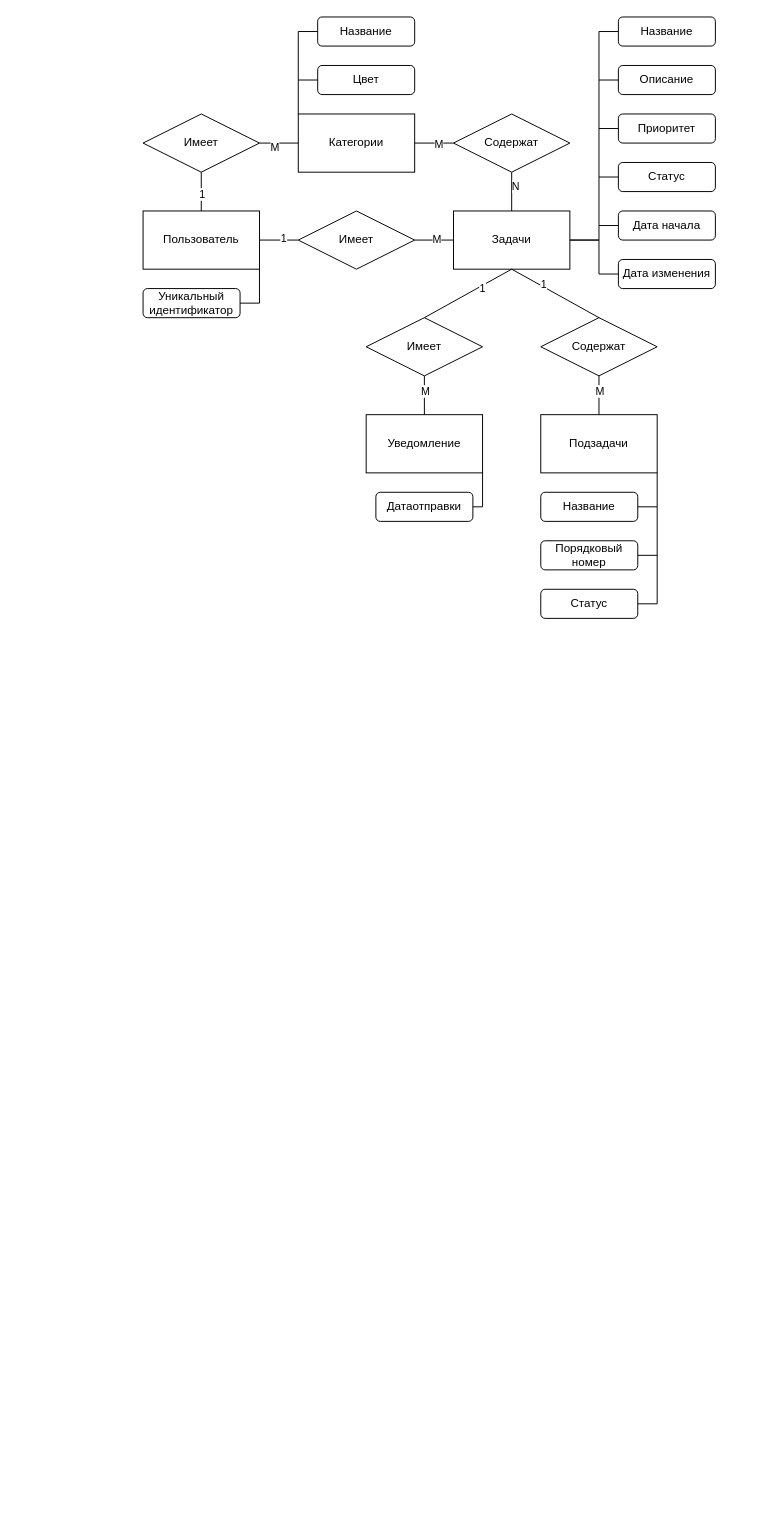
Before: db/db.drawio in BaronVice/schemas, a draw.io diagram. Source tidied: cells renumbered, new cells numbered last; positions are measured from the earlier drawing's top-left corner, leaving out a move shared by most shapes. Both pictures are drawn from the tidied source at 97%, with x=0, y=0 at pixel (143, 16).
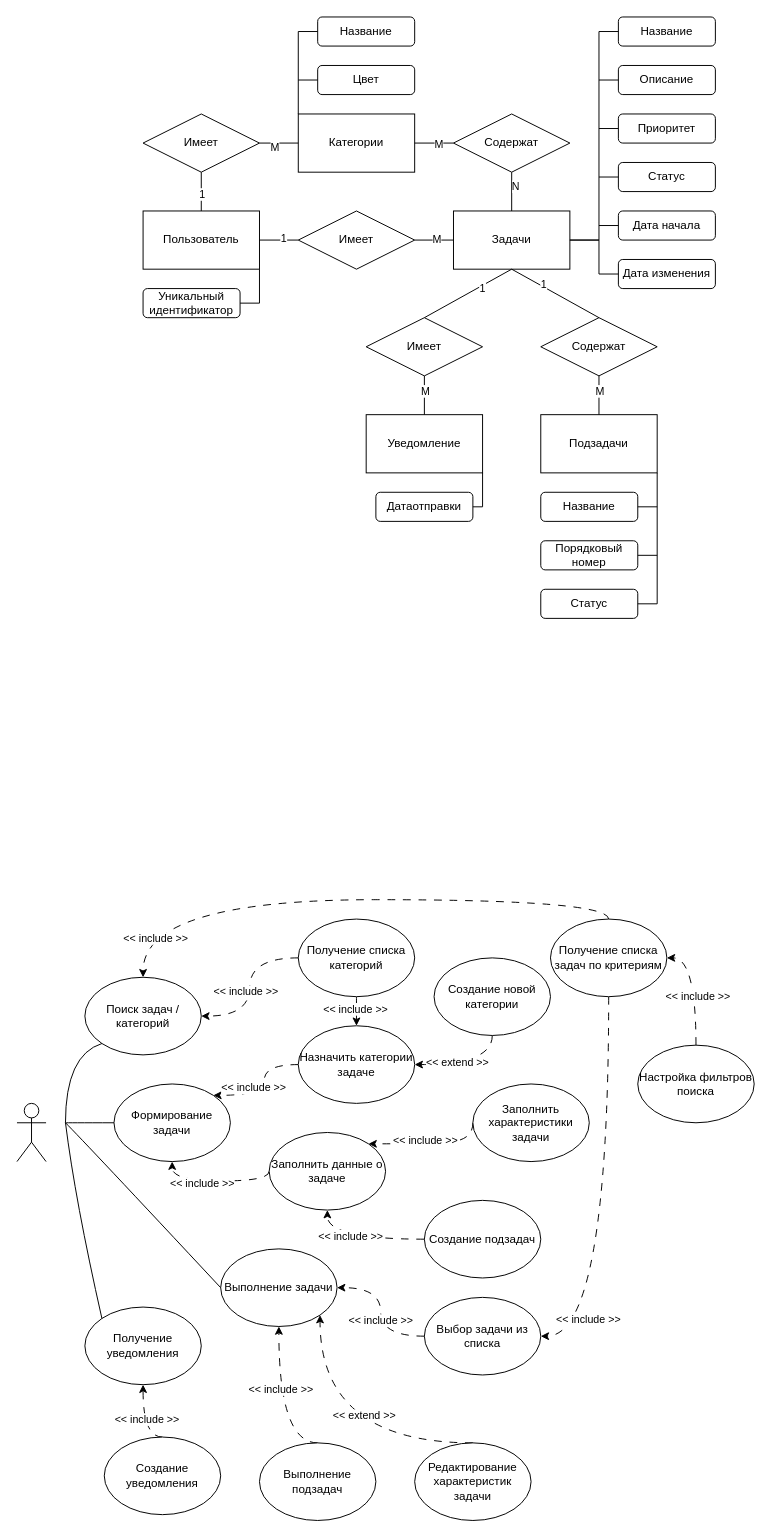
The same diagram, later.

The edit, as a diff of the source:
```diff
@@
+    <mxCell id="58" style="shape=umlActor;verticalLabelPosition=bottom;verticalAlign=top;html=1;" parent="1" vertex="1">
+      <mxGeometry x="-130" y="1120" width="30" height="60" as="geometry" />
+    </mxCell>
+    <mxCell id="59" value="Поиск задач / категорий" style="ellipse;whiteSpace=wrap;html=1;" parent="1" vertex="1">
+      <mxGeometry x="-60" y="990" width="120" height="80" as="geometry" />
+    </mxCell>
+    <mxCell id="60" value="Формирование задачи" style="ellipse;whiteSpace=wrap;html=1;" parent="1" vertex="1">
+      <mxGeometry x="-30" y="1100" width="120" height="80" as="geometry" />
+    </mxCell>
+    <mxCell id="61" value="Выполнение задачи" style="ellipse;whiteSpace=wrap;html=1;" parent="1" vertex="1">
+      <mxGeometry x="80" y="1270" width="120" height="80" as="geometry" />
+    </mxCell>
+    <mxCell id="62" value="Получение уведомления" style="ellipse;whiteSpace=wrap;html=1;" parent="1" vertex="1">
+      <mxGeometry x="-60" y="1330" width="120" height="80" as="geometry" />
+    </mxCell>
+    <mxCell id="63" style="edgeStyle=orthogonalEdgeStyle;rounded=0;jettySize=auto;html=1;exitX=0;exitY=0.5;exitDx=0;exitDy=0;entryX=1;entryY=0.5;entryDx=0;entryDy=0;curved=1;dashed=1;dashPattern=8 8;" parent="1" edge="1" source="67" target="59">
+      <mxGeometry relative="1" as="geometry" />
+    </mxCell>
+    <mxCell id="64" value="&amp;lt;&amp;lt; include &amp;gt;&amp;gt;" style="edgeLabel;html=1;align=center;verticalAlign=middle;" parent="63" vertex="1">
+      <mxGeometry x="0.05" y="-5" relative="1" as="geometry" />
+    </mxCell>
+    <mxCell id="65" style="edgeStyle=orthogonalEdgeStyle;rounded=0;jettySize=auto;html=1;exitX=0.5;exitY=1;exitDx=0;exitDy=0;entryX=0.5;entryY=0;entryDx=0;entryDy=0;curved=1;dashed=1;dashPattern=8 8;" parent="1" edge="1" source="67" target="81">
+      <mxGeometry relative="1" as="geometry" />
+    </mxCell>
+    <mxCell id="66" value="&amp;lt;&amp;lt; include &amp;gt;&amp;gt;" style="edgeLabel;html=1;align=center;verticalAlign=middle;" parent="65" vertex="1">
+      <mxGeometry x="-0.18" y="-2" relative="1" as="geometry" />
+    </mxCell>
+    <mxCell id="67" value="Получение списка категорий" style="ellipse;whiteSpace=wrap;html=1;" parent="1" vertex="1">
+      <mxGeometry x="160" y="930" width="120" height="80" as="geometry" />
+    </mxCell>
+    <mxCell id="68" style="edgeStyle=orthogonalEdgeStyle;rounded=0;jettySize=auto;html=1;exitX=0.5;exitY=0;exitDx=0;exitDy=0;entryX=1;entryY=0.5;entryDx=0;entryDy=0;curved=1;dashed=1;dashPattern=8 8;" parent="1" edge="1" source="70" target="75">
+      <mxGeometry relative="1" as="geometry" />
+    </mxCell>
+    <mxCell id="69" value="&amp;lt;&amp;lt; include &amp;gt;&amp;gt;" style="edgeLabel;html=1;align=center;verticalAlign=middle;" parent="68" vertex="1">
+      <mxGeometry x="-0.15" y="-1" relative="1" as="geometry" />
+    </mxCell>
+    <mxCell id="70" value="Настройка фильтров поиска" style="ellipse;whiteSpace=wrap;html=1;" parent="1" vertex="1">
+      <mxGeometry x="510" y="1060" width="120" height="80" as="geometry" />
+    </mxCell>
+    <mxCell id="71" style="edgeStyle=orthogonalEdgeStyle;rounded=0;jettySize=auto;html=1;exitX=0.5;exitY=0;exitDx=0;exitDy=0;entryX=0.5;entryY=0;entryDx=0;entryDy=0;curved=1;dashed=1;dashPattern=8 8;" parent="1" edge="1" source="75" target="59">
+      <mxGeometry relative="1" as="geometry">
+        <Array as="points">
+          <mxPoint x="480" y="910" />
+          <mxPoint y="910" />
+        </Array>
+      </mxGeometry>
+    </mxCell>
+    <mxCell id="72" value="&amp;lt;&amp;lt; include &amp;gt;&amp;gt;" style="edgeLabel;html=1;align=center;verticalAlign=middle;" parent="71" vertex="1">
+      <mxGeometry x="0.86" y="12" relative="1" as="geometry" />
+    </mxCell>
+    <mxCell id="73" style="edgeStyle=orthogonalEdgeStyle;rounded=0;jettySize=auto;html=1;exitX=0.5;exitY=1;exitDx=0;exitDy=0;entryX=1;entryY=0.5;entryDx=0;entryDy=0;curved=1;dashed=1;dashPattern=8 8;" parent="1" edge="1" source="75" target="93">
+      <mxGeometry relative="1" as="geometry">
+        <Array as="points">
+          <mxPoint x="480" y="1360" />
+        </Array>
+      </mxGeometry>
+    </mxCell>
+    <mxCell id="74" value="&amp;lt;&amp;lt; include &amp;gt;&amp;gt;" style="edgeLabel;html=1;align=center;verticalAlign=middle;" parent="73" vertex="1">
+      <mxGeometry x="0.77" y="-18" relative="1" as="geometry" />
+    </mxCell>
+    <mxCell id="75" value="Получение списка задач по критериям" style="ellipse;whiteSpace=wrap;html=1;" parent="1" vertex="1">
+      <mxGeometry x="420" y="930" width="120" height="80" as="geometry" />
+    </mxCell>
+    <mxCell id="76" style="edgeStyle=orthogonalEdgeStyle;rounded=0;jettySize=auto;html=1;exitX=0;exitY=0.5;exitDx=0;exitDy=0;entryX=1;entryY=0;entryDx=0;entryDy=0;curved=1;dashed=1;dashPattern=8 8;" parent="1" edge="1" source="78" target="84">
+      <mxGeometry relative="1" as="geometry">
+        <Array as="points">
+          <mxPoint x="280" y="1160" />
+          <mxPoint x="280" y="1162" />
+        </Array>
+      </mxGeometry>
+    </mxCell>
+    <mxCell id="77" value="&amp;lt;&amp;lt; include &amp;gt;&amp;gt;" style="edgeLabel;html=1;align=center;verticalAlign=middle;" parent="76" vertex="1">
+      <mxGeometry x="0.09" y="-3" relative="1" as="geometry" />
+    </mxCell>
+    <mxCell id="78" value="Заполнить характеристики задачи" style="ellipse;whiteSpace=wrap;html=1;" parent="1" vertex="1">
+      <mxGeometry x="340" y="1100" width="120" height="80" as="geometry" />
+    </mxCell>
+    <mxCell id="79" style="edgeStyle=orthogonalEdgeStyle;rounded=0;jettySize=auto;html=1;exitX=0;exitY=0.5;exitDx=0;exitDy=0;entryX=1;entryY=0;entryDx=0;entryDy=0;curved=1;dashed=1;dashPattern=8 8;" parent="1" edge="1" source="81" target="60">
+      <mxGeometry relative="1" as="geometry" />
+    </mxCell>
+    <mxCell id="80" value="&amp;lt;&amp;lt; include &amp;gt;&amp;gt;" style="edgeLabel;html=1;align=center;verticalAlign=middle;" parent="79" vertex="1">
+      <mxGeometry x="0.31" y="-8" relative="1" as="geometry" />
+    </mxCell>
+    <mxCell id="81" value="Назначить категории задаче" style="ellipse;whiteSpace=wrap;html=1;" parent="1" vertex="1">
+      <mxGeometry x="160" y="1040" width="120" height="80" as="geometry" />
+    </mxCell>
+    <mxCell id="82" style="edgeStyle=orthogonalEdgeStyle;rounded=0;jettySize=auto;html=1;exitX=0;exitY=0.5;exitDx=0;exitDy=0;entryX=0.5;entryY=1;entryDx=0;entryDy=0;curved=1;dashed=1;dashPattern=8 8;" parent="1" edge="1" source="84" target="60">
+      <mxGeometry relative="1" as="geometry">
+        <Array as="points">
+          <mxPoint x="130" y="1200" />
+          <mxPoint x="30" y="1200" />
+        </Array>
+      </mxGeometry>
+    </mxCell>
+    <mxCell id="83" value="&amp;lt;&amp;lt; include &amp;gt;&amp;gt;" style="edgeLabel;html=1;align=center;verticalAlign=middle;" parent="82" vertex="1">
+      <mxGeometry x="0.23" y="2" relative="1" as="geometry" />
+    </mxCell>
+    <mxCell id="84" value="Заполнить данные о задаче" style="ellipse;whiteSpace=wrap;html=1;" parent="1" vertex="1">
+      <mxGeometry x="130" y="1150" width="120" height="80" as="geometry" />
+    </mxCell>
+    <mxCell id="85" style="edgeStyle=orthogonalEdgeStyle;rounded=0;jettySize=auto;html=1;exitX=0.5;exitY=1;exitDx=0;exitDy=0;entryX=1;entryY=0.5;entryDx=0;entryDy=0;curved=1;dashed=1;dashPattern=8 8;" parent="1" edge="1" source="87" target="81">
+      <mxGeometry relative="1" as="geometry" />
+    </mxCell>
+    <mxCell id="86" value="&amp;lt;&amp;lt; extend &amp;gt;&amp;gt;" style="edgeLabel;html=1;align=center;verticalAlign=middle;" parent="85" vertex="1">
+      <mxGeometry x="0.22" y="-3" relative="1" as="geometry" />
+    </mxCell>
+    <mxCell id="87" value="Создание новой категории" style="ellipse;whiteSpace=wrap;html=1;" parent="1" vertex="1">
+      <mxGeometry x="300" y="970" width="120" height="80" as="geometry" />
+    </mxCell>
+    <mxCell id="88" style="edgeStyle=orthogonalEdgeStyle;rounded=0;jettySize=auto;html=1;exitX=0;exitY=0.5;exitDx=0;exitDy=0;entryX=0.5;entryY=1;entryDx=0;entryDy=0;curved=1;dashed=1;dashPattern=8 8;" parent="1" edge="1" source="90" target="84">
+      <mxGeometry relative="1" as="geometry" />
+    </mxCell>
+    <mxCell id="89" value="&amp;lt;&amp;lt; include &amp;gt;&amp;gt;" style="edgeLabel;html=1;align=center;verticalAlign=middle;" parent="88" vertex="1">
+      <mxGeometry x="0.19" y="-4" relative="1" as="geometry" />
+    </mxCell>
+    <mxCell id="90" value="Создание подзадач" style="ellipse;whiteSpace=wrap;html=1;" parent="1" vertex="1">
+      <mxGeometry x="290" y="1220" width="120" height="80" as="geometry" />
+    </mxCell>
+    <mxCell id="91" style="edgeStyle=orthogonalEdgeStyle;rounded=0;jettySize=auto;html=1;exitX=0;exitY=0.5;exitDx=0;exitDy=0;entryX=1;entryY=0.5;entryDx=0;entryDy=0;curved=1;dashed=1;dashPattern=8 8;" parent="1" edge="1" source="93" target="61">
+      <mxGeometry relative="1" as="geometry" />
+    </mxCell>
+    <mxCell id="92" value="&amp;lt;&amp;lt; include &amp;gt;&amp;gt;" style="edgeLabel;html=1;align=center;verticalAlign=middle;" parent="91" vertex="1">
+      <mxGeometry x="-0.12" y="1" relative="1" as="geometry" />
+    </mxCell>
+    <mxCell id="93" value="Выбор задачи из списка" style="ellipse;whiteSpace=wrap;html=1;" parent="1" vertex="1">
+      <mxGeometry x="290" y="1320" width="120" height="80" as="geometry" />
+    </mxCell>
+    <mxCell id="94" style="edgeStyle=orthogonalEdgeStyle;rounded=0;jettySize=auto;html=1;exitX=0.5;exitY=0;exitDx=0;exitDy=0;entryX=1;entryY=1;entryDx=0;entryDy=0;curved=1;dashed=1;dashPattern=8 8;" parent="1" edge="1" source="96" target="61">
+      <mxGeometry relative="1" as="geometry">
+        <Array as="points">
+          <mxPoint x="182" y="1470" />
+        </Array>
+      </mxGeometry>
+    </mxCell>
+    <mxCell id="95" value="&amp;lt;&amp;lt; extend &amp;gt;&amp;gt;" style="edgeLabel;html=1;align=center;verticalAlign=middle;" parent="94" vertex="1">
+      <mxGeometry x="-0.22" y="-29" relative="1" as="geometry" />
+    </mxCell>
+    <mxCell id="96" value="Редактирование характеристик задачи" style="ellipse;whiteSpace=wrap;html=1;" parent="1" vertex="1">
+      <mxGeometry x="280" y="1470" width="120" height="80" as="geometry" />
+    </mxCell>
+    <mxCell id="97" style="edgeStyle=orthogonalEdgeStyle;rounded=0;jettySize=auto;html=1;exitX=0.5;exitY=0;exitDx=0;exitDy=0;entryX=0.5;entryY=1;entryDx=0;entryDy=0;dashed=1;dashPattern=8 8;curved=1;" parent="1" edge="1" source="99" target="61">
+      <mxGeometry relative="1" as="geometry">
+        <Array as="points">
+          <mxPoint x="140" y="1470" />
+        </Array>
+      </mxGeometry>
+    </mxCell>
+    <mxCell id="98" value="&amp;lt;&amp;lt; include &amp;gt;&amp;gt;" style="edgeLabel;html=1;align=center;verticalAlign=middle;" parent="97" vertex="1">
+      <mxGeometry x="0.2" y="-1" relative="1" as="geometry" />
+    </mxCell>
+    <mxCell id="99" value="Выполнение подзадач" style="ellipse;whiteSpace=wrap;html=1;" parent="1" vertex="1">
+      <mxGeometry x="120" y="1470" width="120" height="80" as="geometry" />
+    </mxCell>
+    <mxCell id="100" style="edgeStyle=orthogonalEdgeStyle;rounded=0;jettySize=auto;html=1;exitX=0.5;exitY=0;exitDx=0;exitDy=0;entryX=0.5;entryY=1;entryDx=0;entryDy=0;curved=1;dashed=1;dashPattern=8 8;" parent="1" edge="1" source="102" target="62">
+      <mxGeometry relative="1" as="geometry">
+        <Array as="points">
+          <mxPoint y="1464" />
+        </Array>
+      </mxGeometry>
+    </mxCell>
+    <mxCell id="101" value="&amp;lt;&amp;lt; include &amp;gt;&amp;gt;" style="edgeLabel;html=1;align=center;verticalAlign=middle;" parent="100" vertex="1">
+      <mxGeometry x="0.05" y="-3" relative="1" as="geometry" />
+    </mxCell>
+    <mxCell id="102" value="Создание уведомления" style="ellipse;whiteSpace=wrap;html=1;" parent="1" vertex="1">
+      <mxGeometry x="-40" y="1464" width="120" height="80" as="geometry" />
+    </mxCell>
+    <mxCell id="103" style="curved=1;endArrow=none;html=1;rounded=0;entryX=0;entryY=1;entryDx=0;entryDy=0;startFill=0;" parent="1" edge="1" target="59">
+      <mxGeometry relative="1" as="geometry">
+        <mxPoint x="-80" y="1140" as="sourcePoint" />
+        <Array as="points">
+          <mxPoint x="-80" y="1070" />
+        </Array>
+      </mxGeometry>
+    </mxCell>
+    <mxCell id="104" style="curved=1;endArrow=none;html=1;rounded=0;startFill=0;entryX=0;entryY=0.5;entryDx=0;entryDy=0;" parent="1" edge="1" target="60">
+      <mxGeometry relative="1" as="geometry">
+        <mxPoint x="-80" y="1140" as="sourcePoint" />
+      </mxGeometry>
+    </mxCell>
+    <mxCell id="105" style="curved=1;endArrow=none;html=1;rounded=0;entryX=0;entryY=0.5;entryDx=0;entryDy=0;startFill=0;" parent="1" edge="1" target="61">
+      <mxGeometry relative="1" as="geometry">
+        <mxPoint x="-80" y="1140" as="sourcePoint" />
+        <Array as="points">
+          <mxPoint x="-60" y="1160" />
+        </Array>
+      </mxGeometry>
+    </mxCell>
+    <mxCell id="106" style="curved=1;endArrow=none;html=1;rounded=0;entryX=0;entryY=0;entryDx=0;entryDy=0;startFill=0;" parent="1" edge="1" target="62">
+      <mxGeometry relative="1" as="geometry">
+        <mxPoint x="-80" y="1140" as="sourcePoint" />
+        <Array as="points">
+          <mxPoint x="-70" y="1220" />
+        </Array>
+      </mxGeometry>
+    </mxCell>
```
